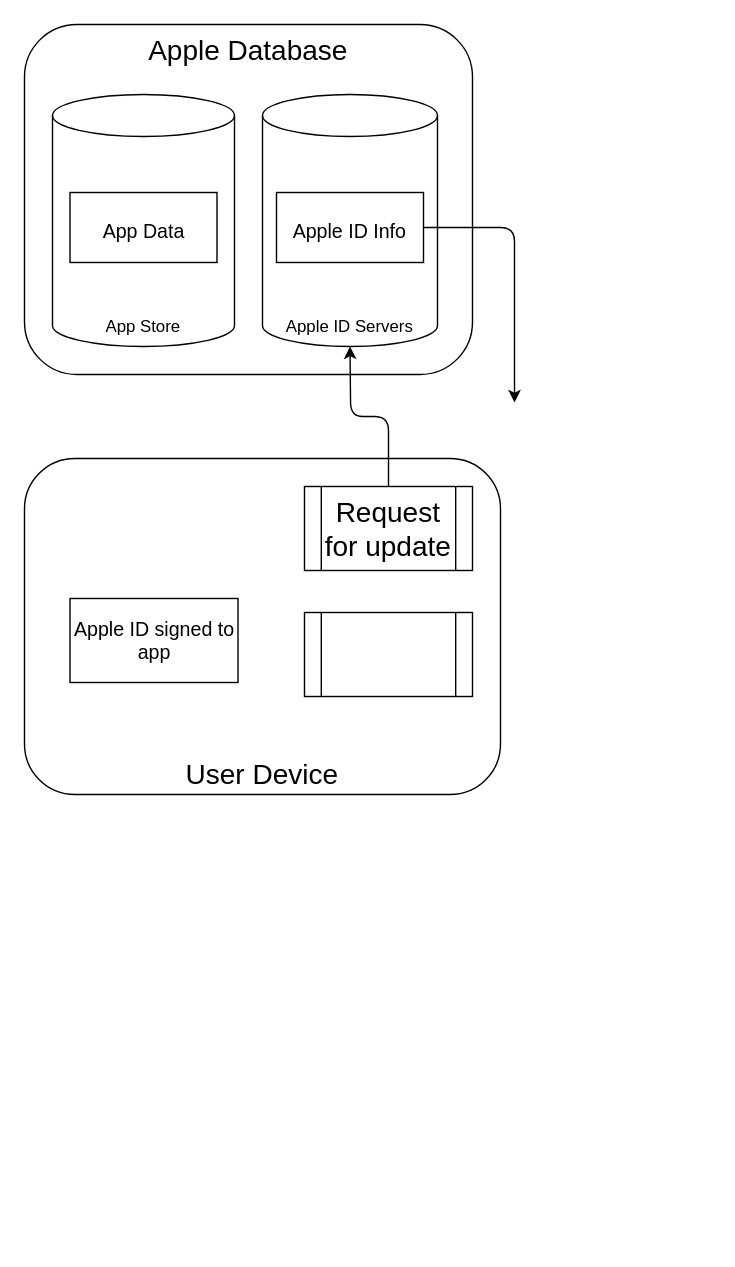
Before: charts/IOSAppLicensing.drawio in Marcus5408/draw.io-charts, a draw.io diagram. Source tidied: cells renumbered, new cells numbered last; positions are measured from the earlier drawing's top-left corner, leaving out a move shared by most shapes. Both pictures are drawn from the tidied source at 140%, with x=0, y=0 at pixel (24, 24).
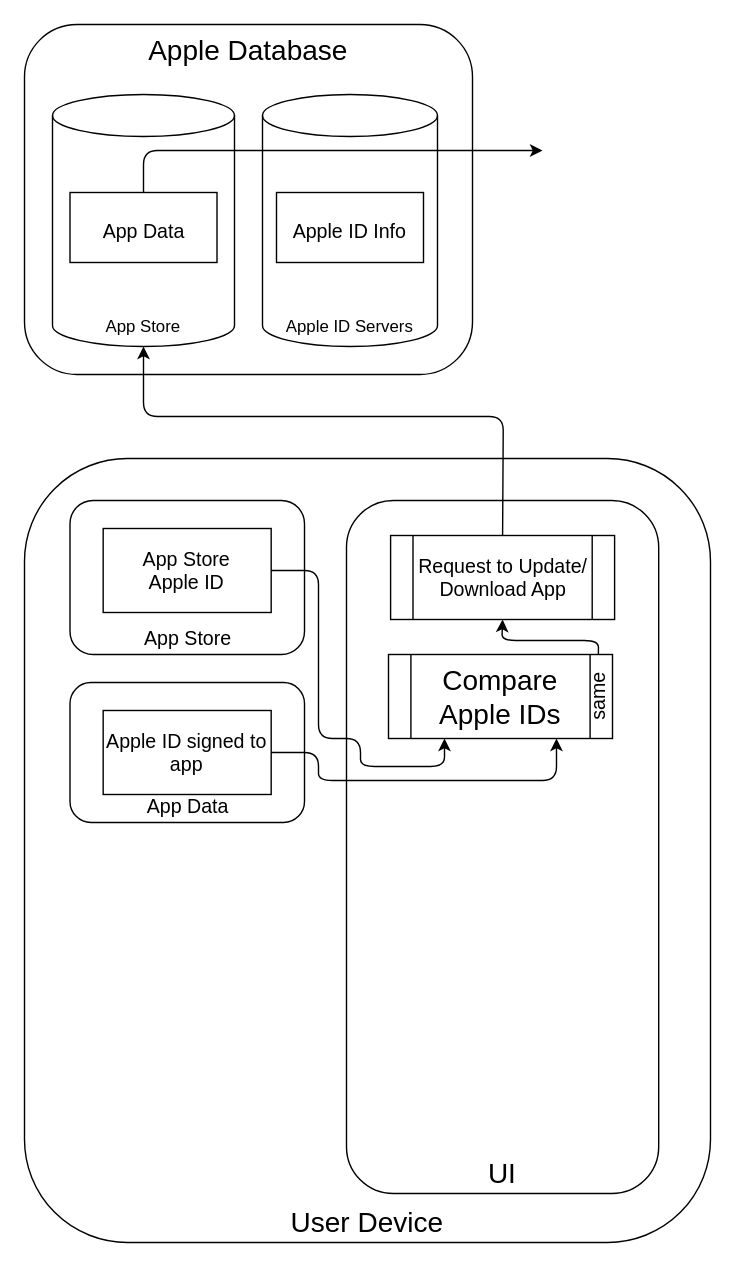
After the change.

The change refers to these unchanged cells:
```xml
<mxCell id="3" value="Apple ID Servers" style="shape=cylinder3;whiteSpace=wrap;html=1;boundedLbl=1;backgroundOutline=1;size=15;labelPosition=center;verticalLabelPosition=middle;align=center;verticalAlign=bottom;" parent="1" vertex="1">
  <mxGeometry x="170" y="50" width="125" height="180" as="geometry" />
</mxCell>
<mxCell id="4" value="App Store" style="shape=cylinder3;whiteSpace=wrap;html=1;boundedLbl=1;backgroundOutline=1;size=15;labelPosition=center;verticalLabelPosition=middle;align=center;verticalAlign=bottom;" parent="1" vertex="1">
  <mxGeometry x="20" y="50" width="130" height="180" as="geometry" />
</mxCell>
<mxCell id="5" value="&lt;font style=&quot;font-size: 14px&quot;&gt;App Data&lt;/font&gt;" style="rounded=0;whiteSpace=wrap;html=1;fontSize=20;" parent="1" vertex="1">
  <mxGeometry x="32.5" y="120" width="105" height="50" as="geometry" />
</mxCell>
<mxCell id="6" value="&lt;font style=&quot;font-size: 14px&quot;&gt;Apple ID Info&lt;/font&gt;" style="rounded=0;whiteSpace=wrap;html=1;fontSize=20;" parent="1" vertex="1">
  <mxGeometry x="180" y="120" width="105" height="50" as="geometry" />
</mxCell>
```

What changed in the source:
```diff
@@
+    <mxCell id="7" value="User Device" style="rounded=1;whiteSpace=wrap;html=1;fontSize=20;verticalAlign=bottom;" parent="1" vertex="1">
+      <mxGeometry y="310" width="490" height="560" as="geometry" />
+    </mxCell>
+    <mxCell id="13" value="App Data" style="rounded=1;whiteSpace=wrap;html=1;fontSize=14;verticalAlign=bottom;" parent="1" vertex="1">
+      <mxGeometry x="32.5" y="470" width="167.5" height="100" as="geometry" />
+    </mxCell>
+    <mxCell id="14" value="App Store" style="rounded=1;whiteSpace=wrap;html=1;fontSize=14;verticalAlign=bottom;" parent="1" vertex="1">
+      <mxGeometry x="32.5" y="340" width="167.5" height="110" as="geometry" />
+    </mxCell>
+    <mxCell id="15" value="UI" style="rounded=1;whiteSpace=wrap;html=1;fontSize=20;verticalAlign=bottom;" parent="1" vertex="1">
+      <mxGeometry x="230" y="340" width="223" height="495" as="geometry" />
+    </mxCell>
@@
-    <mxCell id="7" value="User Device" style="rounded=1;whiteSpace=wrap;html=1;fontSize=20;verticalAlign=bottom;" parent="1" vertex="1">
-      <mxGeometry y="310" width="340" height="240" as="geometry" />
-    </mxCell>
-    <mxCell id="8" value="Request for update" style="shape=process;whiteSpace=wrap;html=1;backgroundOutline=1;fontSize=20;" parent="1" vertex="1">
-      <mxGeometry x="200" y="330" width="120" height="60" as="geometry" />
+    <mxCell id="8" value="Request to Update/ Download App" style="shape=process;whiteSpace=wrap;html=1;backgroundOutline=1;fontSize=14;" parent="1" vertex="1">
+      <mxGeometry x="261.5" y="365" width="160" height="60" as="geometry" />
     </mxCell>
-    <mxCell id="9" style="endArrow=classic;html=1;fontSize=20;exitX=0.5;exitY=0;exitDx=0;exitDy=0;entryX=0.5;entryY=1;entryDx=0;entryDy=0;entryPerimeter=0;" parent="1" edge="1" source="8" target="3">
+    <mxCell id="9" style="endArrow=classic;html=1;fontSize=20;entryX=0.5;entryY=1;entryDx=0;entryDy=0;entryPerimeter=0;exitX=0.5;exitY=0;exitDx=0;exitDy=0;" parent="1" edge="1" source="8" target="4">
       <mxGeometry relative="1" as="geometry">
         <Array as="points">
-          <mxPoint x="260" y="280" />
-          <mxPoint x="233" y="280" />
+          <mxPoint x="342" y="280" />
+          <mxPoint x="85" y="280" />
         </Array>
       </mxGeometry>
     </mxCell>
-    <mxCell id="10" style="shape=process;whiteSpace=wrap;html=1;backgroundOutline=1;fontSize=20;" parent="1" vertex="1">
-      <mxGeometry x="200" y="420" width="120" height="60" as="geometry" />
+    <mxCell id="10" value="Compare Apple IDs" style="shape=process;whiteSpace=wrap;html=1;backgroundOutline=1;fontSize=20;" parent="1" vertex="1">
+      <mxGeometry x="260" y="450" width="160" height="60" as="geometry" />
     </mxCell>
-    <mxCell id="11" style="endArrow=classic;html=1;fontSize=20;exitX=1;exitY=0.5;exitDx=0;exitDy=0;" parent="1" edge="1" source="6">
-      <mxGeometry relative="1" as="geometry">
-        <mxPoint x="350" y="270" as="targetPoint" />
-        <Array as="points">
-          <mxPoint x="310" y="145" />
-          <mxPoint x="350" y="145" />
-        </Array>
-      </mxGeometry>
-    </mxCell>
     <mxCell id="12" value="Apple ID signed to app" style="rounded=0;whiteSpace=wrap;html=1;fontSize=14;" parent="1" vertex="1">
-      <mxGeometry x="32.5" y="410" width="120" height="60" as="geometry" />
+      <mxGeometry x="56.2" y="490" width="120" height="60" as="geometry" />
     </mxCell>
+    <mxCell id="16" value="App Store&lt;br&gt;Apple ID" style="rounded=0;whiteSpace=wrap;html=1;fontSize=14;" parent="1" vertex="1">
+      <mxGeometry x="56.2" y="360" width="120" height="60" as="geometry" />
+    </mxCell>
+    <mxCell id="17" style="endArrow=classic;html=1;fontSize=14;exitX=1;exitY=0.5;exitDx=0;exitDy=0;entryX=0.25;entryY=1;entryDx=0;entryDy=0;" parent="1" edge="1" source="16" target="10">
+      <mxGeometry relative="1" as="geometry">
+        <Array as="points">
+          <mxPoint x="210" y="390" />
+          <mxPoint x="210" y="510" />
+          <mxPoint x="240" y="510" />
+          <mxPoint x="240" y="530" />
+          <mxPoint x="300" y="530" />
+        </Array>
+      </mxGeometry>
+    </mxCell>
+    <mxCell id="18" style="endArrow=classic;html=1;fontSize=14;exitX=1;exitY=0.5;exitDx=0;exitDy=0;entryX=0.75;entryY=1;entryDx=0;entryDy=0;" parent="1" edge="1" source="12" target="10">
+      <mxGeometry relative="1" as="geometry">
+        <Array as="points">
+          <mxPoint x="210" y="520" />
+          <mxPoint x="210" y="540" />
+          <mxPoint x="380" y="540" />
+        </Array>
+      </mxGeometry>
+    </mxCell>
+    <mxCell id="19" value="same" style="text;html=1;strokeColor=none;fillColor=none;align=center;verticalAlign=middle;whiteSpace=wrap;rounded=0;fontSize=14;direction=east;rotation=-90;" parent="1" vertex="1">
+      <mxGeometry x="390" y="465" width="40" height="30" as="geometry" />
+    </mxCell>
+    <mxCell id="20" style="endArrow=classic;html=1;fontSize=14;entryX=0.5;entryY=1;entryDx=0;entryDy=0;exitX=0.937;exitY=0;exitDx=0;exitDy=0;exitPerimeter=0;" parent="1" edge="1" source="10" target="8">
+      <mxGeometry relative="1" as="geometry">
+        <Array as="points">
+          <mxPoint x="410" y="440" />
+          <mxPoint x="341" y="440" />
+        </Array>
+      </mxGeometry>
+    </mxCell>
+    <mxCell id="21" style="endArrow=classic;html=1;exitX=0.5;exitY=0;exitDx=0;exitDy=0;" parent="1" edge="1" source="5">
+      <mxGeometry relative="1" as="geometry">
+        <mxPoint x="370" y="90" as="targetPoint" />
+        <Array as="points">
+          <mxPoint x="85" y="90" />
+        </Array>
+      </mxGeometry>
+    </mxCell>
```
